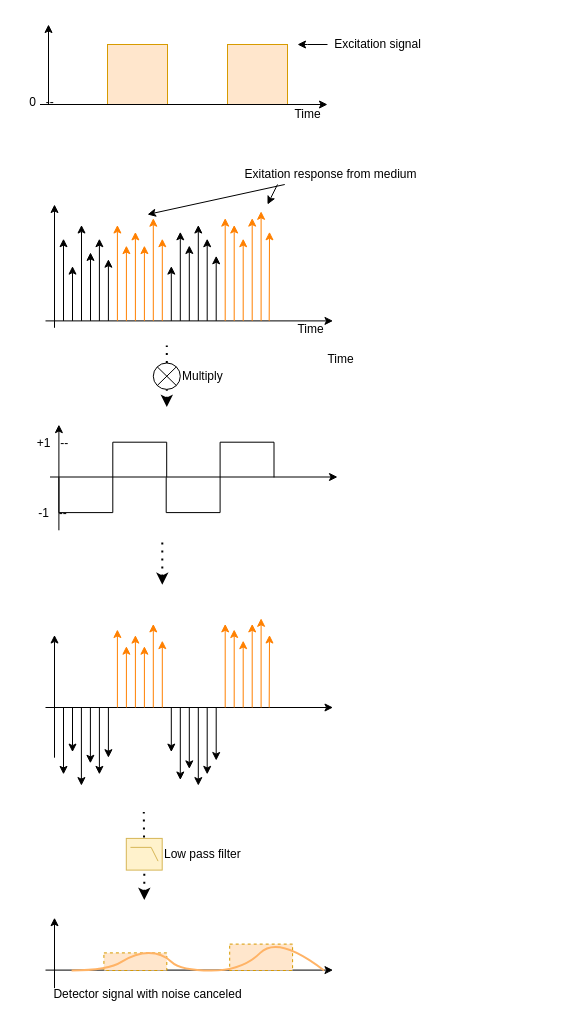
Before: page "Signals" (1 of 3) of specs/lockin_detector.drawio in Rune75/Arduino_Synchronous_Detector, a draw.io diagram. Source tidied: cells renumbered, new cells numbered last; positions are measured from the earlier drawing's top-left corner, leaving out a move shared by most shapes. Both pictures are drawn from the tidied source at 100%, with x=0, y=0 at pixel (17, 24).
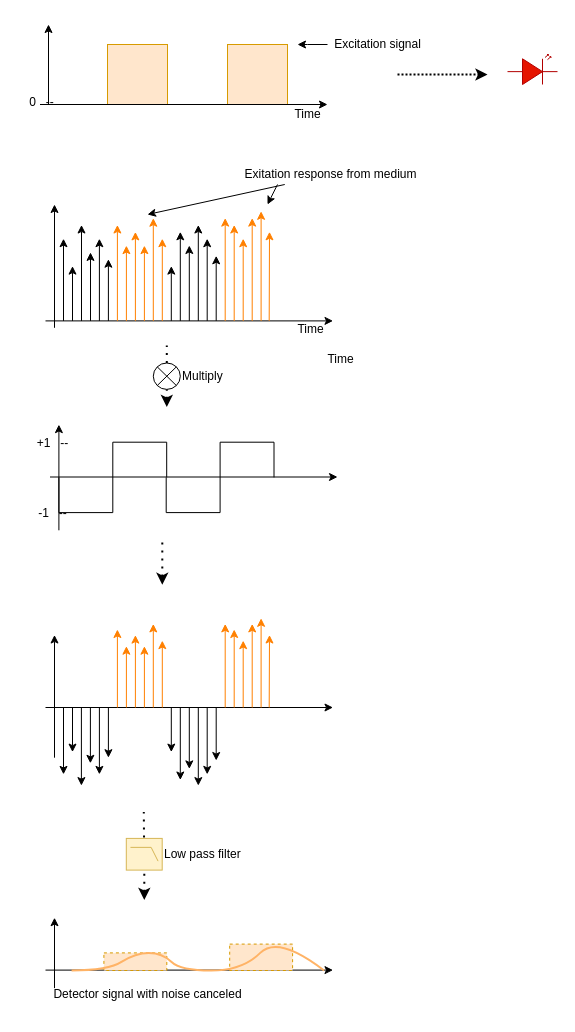
Above is the later version.

Commit message (it also covers changes not shown here):
uppdated drawing

The edit, as a diff of the source:
```diff
@@
+    <mxCell id="100" style="verticalLabelPosition=bottom;shadow=0;dashed=0;align=center;html=1;verticalAlign=top;shape=mxgraph.electrical.opto_electronics.led_2;fillColor=#e51400;strokeColor=#B20000;fontColor=#ffffff;" parent="1" vertex="1">
+      <mxGeometry x="490" y="30" width="50" height="30" as="geometry" />
+    </mxCell>
+    <mxCell id="101" style="endArrow=classic;html=1;strokeWidth=2;dashed=1;dashPattern=1 1;" parent="1" edge="1">
+      <mxGeometry relative="1" as="geometry">
+        <mxPoint x="380" y="50" as="sourcePoint" />
+        <mxPoint x="470" y="50" as="targetPoint" />
+      </mxGeometry>
+    </mxCell>
```
